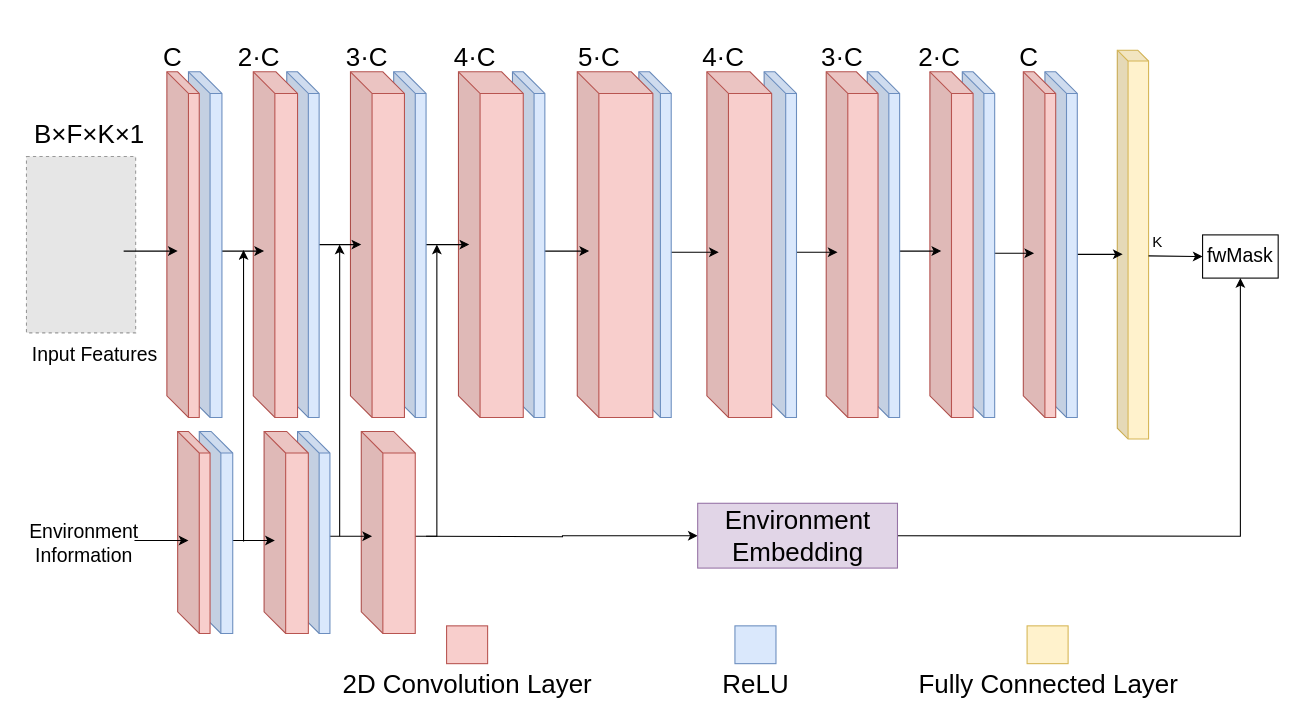
Above: page "第 1 页" (1 of 2) of model/未命名绘图.drawio in linan2/A-Convolutional-Recurrent-Neural-Network-for-Real-Time-Speech-Enhancement (draw.io), before the change. Source tidied: cells renumbered, new cells numbered last; positions are measured from the earlier drawing's top-left corner, leaving out a move shared by most shapes. Both pictures are drawn from the tidied source at 108%, with x=0, y=0 at pixel (18, 36). Pictures stored in the file or linked from it are replaced by grey dashed boxes.
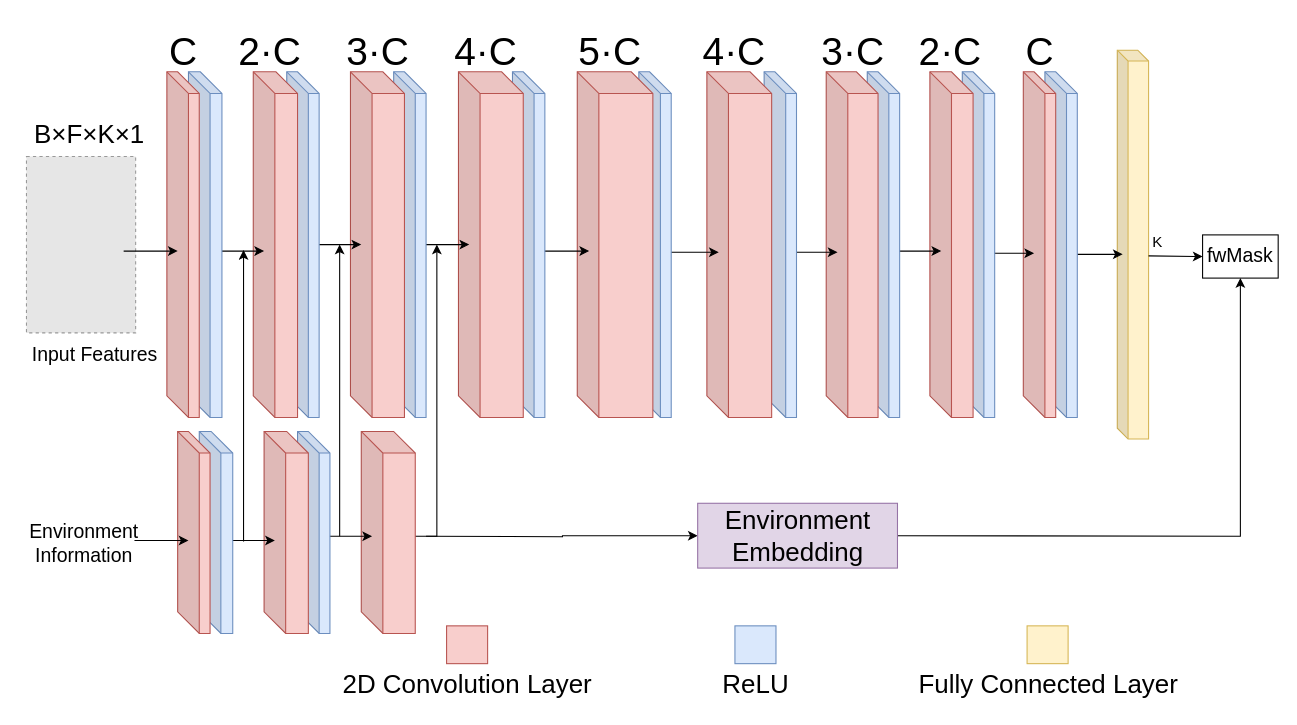
The same diagram, later.

Commit message:
Update 未命名绘图.drawio

What changed in the source:
```diff
@@
-    <mxCell id="37" value="&lt;font style=&quot;font-size: 24px;&quot;&gt;C&lt;/font&gt;" style="text;html=1;align=center;verticalAlign=middle;strokeColor=none;fillColor=none;fontSize=14;" parent="1" vertex="1">
-      <mxGeometry x="122" width="40" height="40" as="geometry" />
+    <mxCell id="37" value="&lt;font style=&quot;font-size: 36px;&quot;&gt;C&lt;/font&gt;" style="text;html=1;align=center;verticalAlign=middle;strokeColor=none;fillColor=none;fontSize=14;" parent="1" vertex="1">
+      <mxGeometry x="127" y="-16" width="50" height="60" as="geometry" />
     </mxCell>
-    <mxCell id="38" value="&lt;font style=&quot;font-size: 24px;&quot;&gt;2·C&lt;/font&gt;" style="text;html=1;align=center;verticalAlign=middle;strokeColor=none;fillColor=none;fontSize=14;" parent="1" vertex="1">
-      <mxGeometry x="192" width="60" height="40" as="geometry" />
+    <mxCell id="38" value="&lt;font style=&quot;font-size: 36px;&quot;&gt;2·C&lt;/font&gt;" style="text;html=1;align=center;verticalAlign=middle;strokeColor=none;fillColor=none;fontSize=14;" parent="1" vertex="1">
+      <mxGeometry x="192" y="-16" width="80" height="60" as="geometry" />
     </mxCell>
-    <mxCell id="39" value="&lt;font style=&quot;font-size: 24px;&quot;&gt;3·C&lt;/font&gt;" style="text;html=1;align=center;verticalAlign=middle;strokeColor=none;fillColor=none;fontSize=14;" parent="1" vertex="1">
-      <mxGeometry x="292" width="60" height="40" as="geometry" />
+    <mxCell id="39" value="&lt;font style=&quot;font-size: 36px;&quot;&gt;3·C&lt;/font&gt;" style="text;html=1;align=center;verticalAlign=middle;strokeColor=none;fillColor=none;fontSize=14;" parent="1" vertex="1">
+      <mxGeometry x="292" y="-16" width="80" height="60" as="geometry" />
     </mxCell>
-    <mxCell id="40" value="&lt;font style=&quot;font-size: 24px;&quot;&gt;4·C&lt;/font&gt;" style="text;html=1;align=center;verticalAlign=middle;strokeColor=none;fillColor=none;fontSize=14;" parent="1" vertex="1">
-      <mxGeometry x="392" width="60" height="40" as="geometry" />
+    <mxCell id="40" value="&lt;font style=&quot;font-size: 36px;&quot;&gt;4·C&lt;/font&gt;" style="text;html=1;align=center;verticalAlign=middle;strokeColor=none;fillColor=none;fontSize=14;" parent="1" vertex="1">
+      <mxGeometry x="392" y="-16" width="80" height="60" as="geometry" />
     </mxCell>
-    <mxCell id="41" value="&lt;font style=&quot;font-size: 24px;&quot;&gt;5·C&lt;/font&gt;" style="text;html=1;align=center;verticalAlign=middle;strokeColor=none;fillColor=none;fontSize=14;" parent="1" vertex="1">
-      <mxGeometry x="507" width="60" height="40" as="geometry" />
+    <mxCell id="41" value="&lt;font style=&quot;font-size: 36px;&quot;&gt;5·C&lt;/font&gt;" style="text;html=1;align=center;verticalAlign=middle;strokeColor=none;fillColor=none;fontSize=14;" parent="1" vertex="1">
+      <mxGeometry x="507" y="-16" width="80" height="60" as="geometry" />
     </mxCell>
-    <mxCell id="42" value="&lt;font style=&quot;font-size: 24px;&quot;&gt;4·C&lt;/font&gt;" style="text;html=1;align=center;verticalAlign=middle;strokeColor=none;fillColor=none;fontSize=14;" parent="1" vertex="1">
-      <mxGeometry x="622" width="60" height="40" as="geometry" />
+    <mxCell id="42" value="&lt;font style=&quot;font-size: 36px;&quot;&gt;4·C&lt;/font&gt;" style="text;html=1;align=center;verticalAlign=middle;strokeColor=none;fillColor=none;fontSize=14;" parent="1" vertex="1">
+      <mxGeometry x="622" y="-16" width="80" height="60" as="geometry" />
     </mxCell>
-    <mxCell id="43" value="&lt;font style=&quot;font-size: 24px;&quot;&gt;3·C&lt;/font&gt;" style="text;html=1;align=center;verticalAlign=middle;strokeColor=none;fillColor=none;fontSize=14;" parent="1" vertex="1">
-      <mxGeometry x="732" width="60" height="40" as="geometry" />
+    <mxCell id="43" value="&lt;font style=&quot;font-size: 36px;&quot;&gt;3·C&lt;/font&gt;" style="text;html=1;align=center;verticalAlign=middle;strokeColor=none;fillColor=none;fontSize=14;" parent="1" vertex="1">
+      <mxGeometry x="732" y="-16" width="80" height="60" as="geometry" />
     </mxCell>
-    <mxCell id="44" value="&lt;font style=&quot;font-size: 24px;&quot;&gt;2·C&lt;/font&gt;" style="text;html=1;align=center;verticalAlign=middle;strokeColor=none;fillColor=none;fontSize=14;" parent="1" vertex="1">
-      <mxGeometry x="822" width="60" height="40" as="geometry" />
+    <mxCell id="44" value="&lt;font style=&quot;font-size: 36px;&quot;&gt;2·C&lt;/font&gt;" style="text;html=1;align=center;verticalAlign=middle;strokeColor=none;fillColor=none;fontSize=14;" parent="1" vertex="1">
+      <mxGeometry x="822" y="-16" width="80" height="60" as="geometry" />
     </mxCell>
-    <mxCell id="45" value="&lt;span style=&quot;font-size: 24px;&quot;&gt;C&lt;/span&gt;" style="text;html=1;align=center;verticalAlign=middle;strokeColor=none;fillColor=none;fontSize=14;" parent="1" vertex="1">
-      <mxGeometry x="915" width="40" height="40" as="geometry" />
+    <mxCell id="45" value="&lt;font style=&quot;font-size: 36px;&quot;&gt;C&lt;/font&gt;" style="text;html=1;align=center;verticalAlign=middle;strokeColor=none;fillColor=none;fontSize=14;" parent="1" vertex="1">
+      <mxGeometry x="920" y="-16" width="50" height="60" as="geometry" />
     </mxCell>
```
